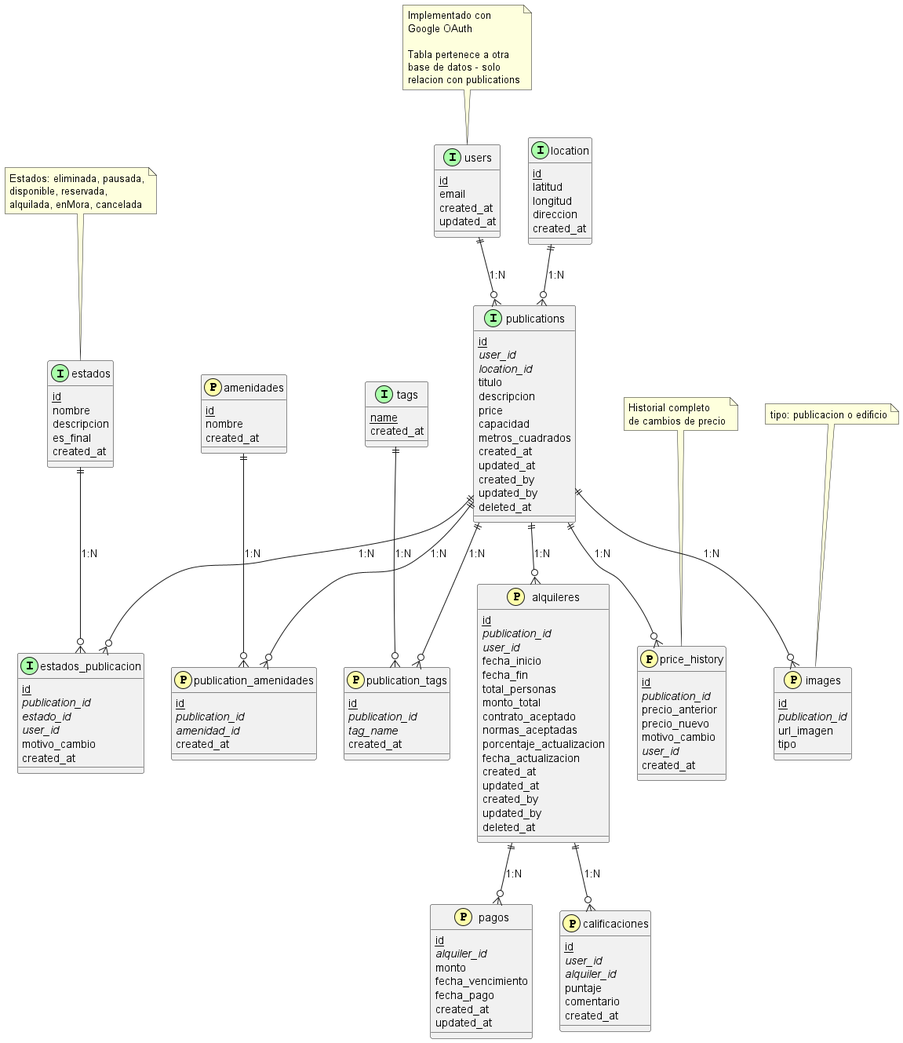
Earlier version of the PlantUML export src/diagrams/entidad_relacion.png (FacuDemarchi/residencias).
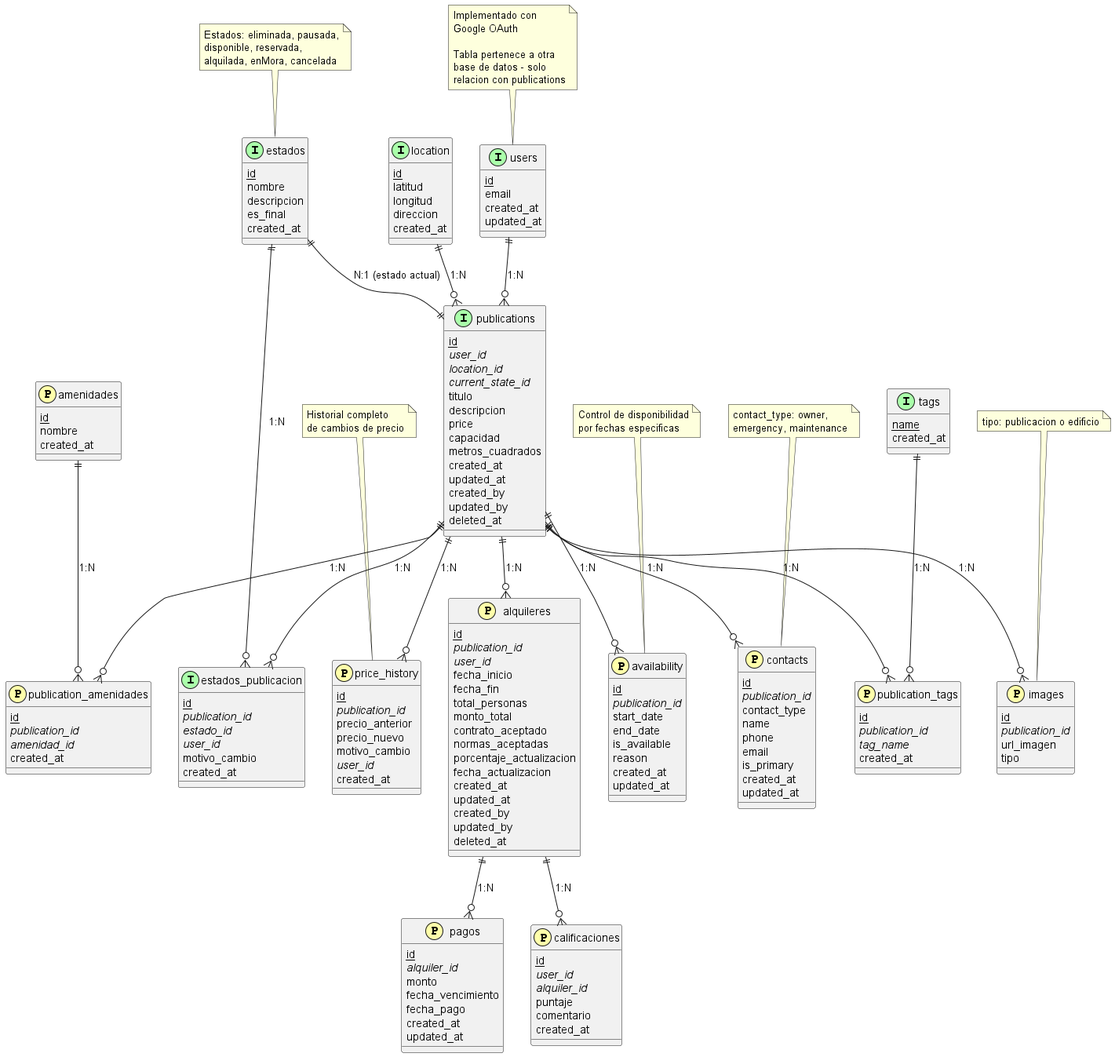
Later version of the same file.

Commit message:
Actualiza la imagen del diagrama de entidad-relación para reflejar cambios adicionales en la estructura de datos, mejorando la documentación visual del proyecto.

What changed in the source:
```diff
@@ -27,12 +27,11 @@
   created_at
 }
 
-
-
 implemented(publications) {
   primary_key(id)
   foreign_key(user_id)
   foreign_key(location_id)
+  foreign_key(current_state_id)
   titulo
   descripcion
   price
@@ -145,8 +144,34 @@
 }
 
 
+planned(contacts) {
+  primary_key(id)
+  foreign_key(publication_id)
+  contact_type
+  name
+  phone
+  email
+  is_primary
+  created_at
+  updated_at
+}
+
+
+planned(availability) {
+  primary_key(id)
+  foreign_key(publication_id)
+  start_date
+  end_date
+  is_available
+  reason
+  created_at
+  updated_at
+}
+
+
 users ||--o{ publications : "1:N"
 location ||--o{ publications : "1:N"
+estados ||--|| publications : "N:1 (estado actual)"
 
 estados ||--o{ estados_publicacion : "1:N"
 publications ||--o{ estados_publicacion : "1:N"
@@ -167,10 +192,16 @@
 
 publications ||--o{ images : "1:N"
 
+publications ||--o{ contacts : "1:N"
+
+publications ||--o{ availability : "1:N"
+
 
 note top of users : Implementado con\nGoogle OAuth\n\nTabla pertenece a otra\nbase de datos - solo\nrelacion con publications
 note top of estados : Estados: eliminada, pausada,\ndisponible, reservada,\nalquilada, enMora, cancelada
 note top of price_history : Historial completo\nde cambios de precio
 note top of images : tipo: publicacion o edificio
+note top of contacts : contact_type: owner,\nemergency, maintenance
+note top of availability : Control de disponibilidad\npor fechas especificas
 
 @enduml
```
